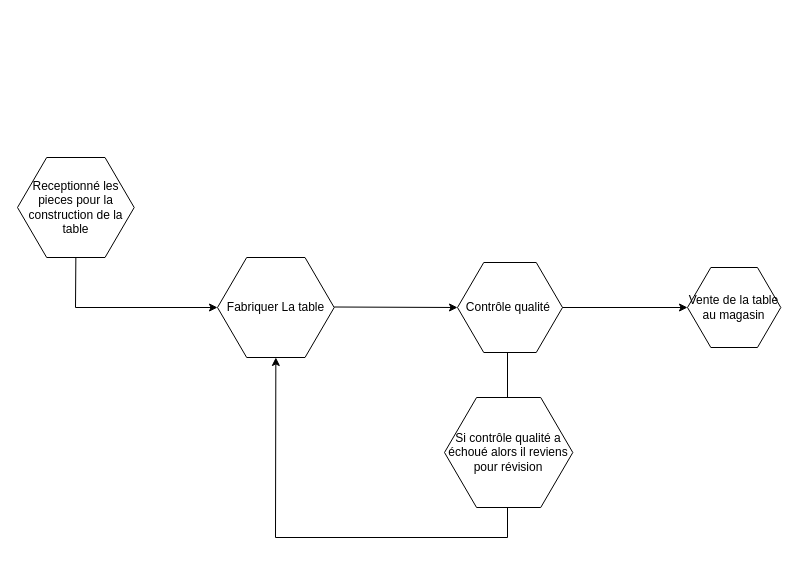
Above: FabricationTable.drawio in quemet/Draw.io (draw.io), before the change. Source tidied: cells renumbered, new cells numbered last; positions are measured from the earlier drawing's top-left corner, leaving out a move shared by most shapes. Both pictures are drawn from the tidied source at 100%, with x=0, y=0 at pixel (17, 157).
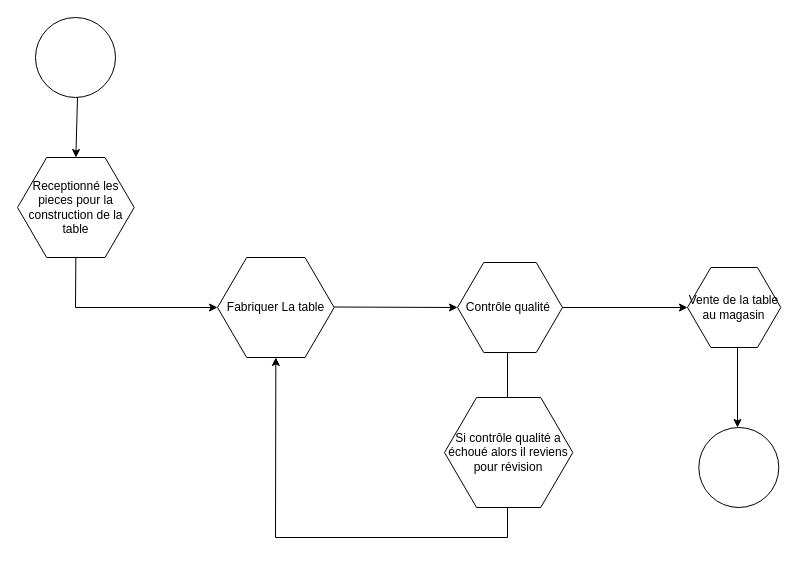
The same page after the edit.

Unchanged cells that the change refers to:
```xml
<mxCell id="2" value="Receptionné les pieces pour la construction de la table" style="shape=mxgraph.bpmn.conversation;perimeter=hexagonPerimeter2;whiteSpace=wrap;html=1;bpmnConversationType=conv;" parent="1" vertex="1">
  <mxGeometry width="116.7" height="100" as="geometry" />
</mxCell>
```

Change to the diagram source:
```diff
@@
+    <mxCell id="11" style="ellipse;whiteSpace=wrap;html=1;" parent="1" vertex="1">
+      <mxGeometry x="18" y="-140" width="80" height="80" as="geometry" />
+    </mxCell>
+    <mxCell id="12" style="endArrow=classic;html=1;rounded=0;" parent="1" edge="1">
+      <mxGeometry relative="1" as="geometry">
+        <mxPoint x="720" y="190" as="sourcePoint" />
+        <mxPoint x="720" y="270" as="targetPoint" />
+      </mxGeometry>
+    </mxCell>
+    <mxCell id="13" style="endArrow=classic;html=1;rounded=0;entryX=0.5;entryY=0;entryDx=0;entryDy=0;" parent="1" edge="1" target="2">
+      <mxGeometry relative="1" as="geometry">
+        <mxPoint x="60" y="-60" as="sourcePoint" />
+      </mxGeometry>
+    </mxCell>
+    <mxCell id="14" style="ellipse;whiteSpace=wrap;html=1;" parent="1" vertex="1">
+      <mxGeometry x="681.3" y="270" width="80" height="80" as="geometry" />
+    </mxCell>
```
